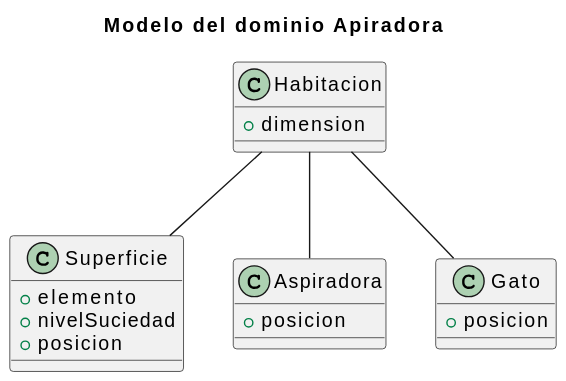
This is img/ModeloDelDominio.svg from mmasias/23-24-IdSw2-SDD, a PlantUML export, as it was before one commit.
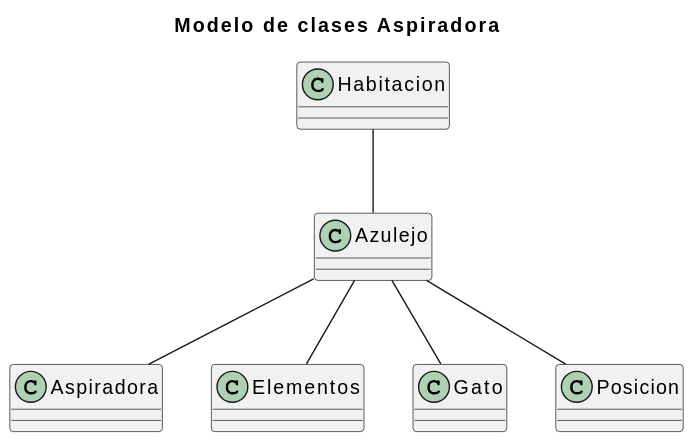
After the change.

Commit message:
feature/img

Change to the diagram source:
```diff
@@ -1,29 +1,32 @@
 @startuml
-title Modelo del dominio Apiradora
-
-class Superficie {
-
-    +elemento
-    +nivelSuciedad
-    +posicion
-}
+title Modelo de clases Aspiradora
 
 class Habitacion {
 
-    +dimension
+}
+
+Class Azulejo {
+
 }
 
 class Aspiradora {
 
-    +posicion
+}
+
+class Elementos  {
+
 }
 
 class Gato {
 
-    +posicion
 }
 
-Habitacion -- Superficie
-Habitacion -- Aspiradora
-Habitacion -- Gato
+class Posicion {
+}
+
+Habitacion -- Azulejo
+Azulejo -- Aspiradora
+Azulejo--Elementos
+Azulejo -- Gato
+Azulejo -- Posicion
 @enduml
```
